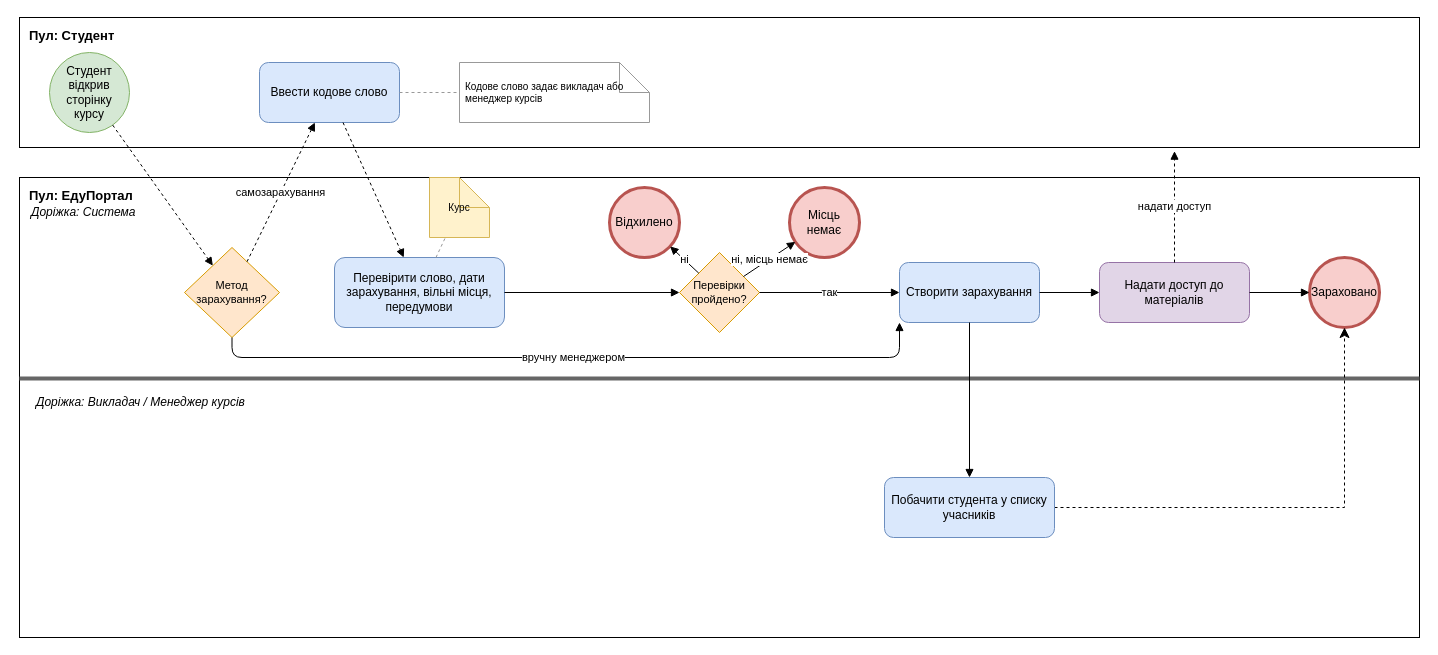
Earlier version of the draw.io diagram page "01_enrollment" (1 of 2) of docs/sprint1/bpmn/01_enrollment.drawio (GlitchBelyi/labsTZYPS). Source tidied: cells renumbered, new cells numbered last; positions are measured from the earlier drawing's top-left corner, leaving out a move shared by most shapes. Both pictures are drawn from the tidied source at 100%, with x=0, y=0 at pixel (19, 17).
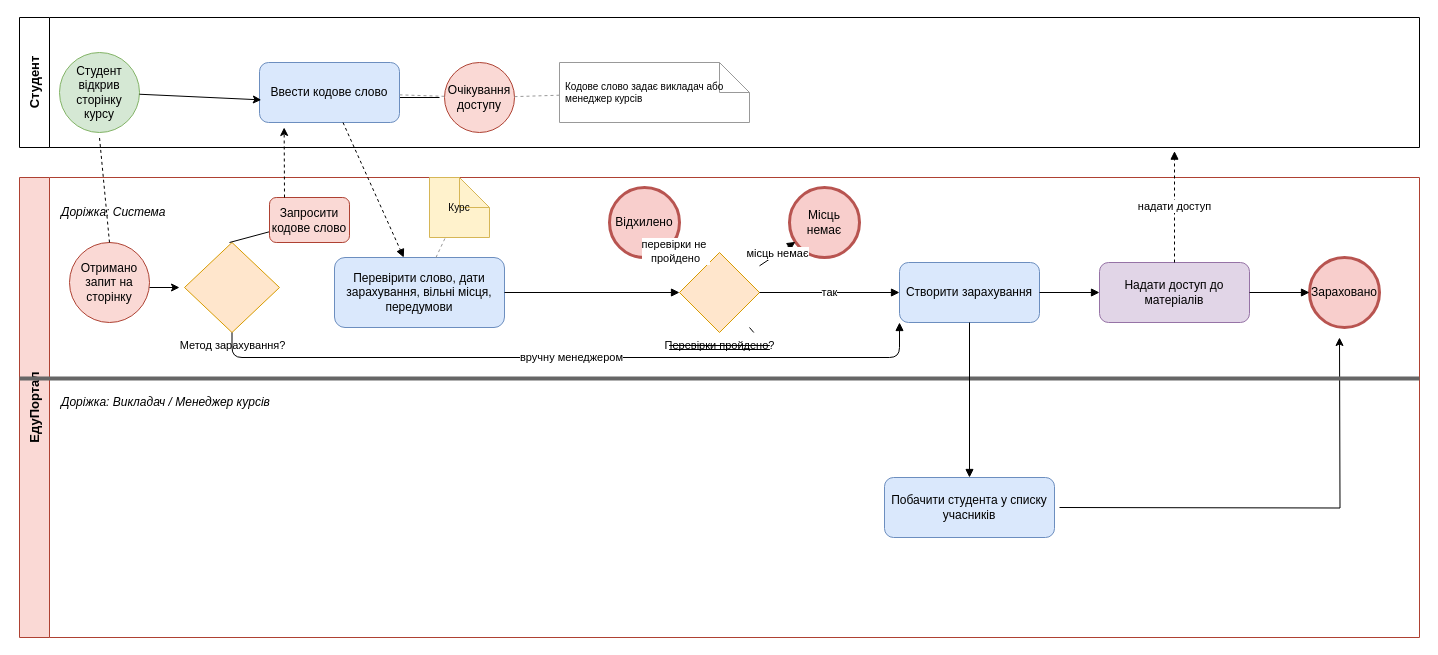
The same diagram, later.

Unchanged cells that the change refers to:
```xml
<mxCell id="8" value="Ввести кодове слово" style="rounded=1;whiteSpace=wrap;html=1;fillColor=#dae8fc;strokeColor=#6c8ebf;" parent="1" vertex="1">
  <mxGeometry x="240" y="45" width="140" height="60" as="geometry" />
</mxCell>
<mxCell id="14" value="Відхилено" style="ellipse;whiteSpace=wrap;html=1;fillColor=#f8cecc;strokeColor=#b85450;strokeWidth=3;" parent="1" vertex="1">
  <mxGeometry x="590" y="170" width="70" height="70" as="geometry" />
</mxCell>
<mxCell id="15" value="Місць немає" style="ellipse;whiteSpace=wrap;html=1;fillColor=#f8cecc;strokeColor=#b85450;strokeWidth=3;" parent="1" vertex="1">
  <mxGeometry x="770" y="170" width="70" height="70" as="geometry" />
</mxCell>
<mxCell id="18" value="Зараховано" style="ellipse;whiteSpace=wrap;html=1;fillColor=#f8cecc;strokeColor=#b85450;strokeWidth=3;" parent="1" vertex="1">
  <mxGeometry x="1290" y="240" width="70" height="70" as="geometry" />
</mxCell>
<mxCell id="20" value="Побачити студента у списку учасників" style="rounded=1;whiteSpace=wrap;html=1;fillColor=#dae8fc;strokeColor=#6c8ebf;" parent="1" vertex="1">
  <mxGeometry x="865" y="460" width="170" height="60" as="geometry" />
</mxCell>
```

Change to the diagram source:
```diff
@@
-    <mxCell id="2" value="Пул: Студент" style="rounded=0;whiteSpace=wrap;html=1;fillColor=none;strokeColor=#000000;verticalAlign=top;align=left;fontStyle=1;fontSize=13;spacingLeft=8;spacingTop=4;" parent="1" vertex="1">
+    <mxCell id="2" value="Студент" style="swimlane;html=1;horizontal=0;whiteSpace=wrap;startSize=30;fillColor=none;strokeColor=#000000;fontStyle=1;fontSize=13;" parent="1" vertex="1">
       <mxGeometry width="1400" height="130" as="geometry" />
     </mxCell>
+    <mxCell id="9" value="Кодове слово задає викладач або менеджер курсів" style="shape=note;whiteSpace=wrap;html=1;fillColor=#ffffff;strokeColor=#999999;fontSize=10;align=left;spacingLeft=4;" parent="2" vertex="1">
+      <mxGeometry x="540" y="45" width="190" height="60" as="geometry" />
+    </mxCell>
+    <mxCell id="36" value="Очікування доступу" style="ellipse;whiteSpace=wrap;html=1;shapeInside=1;fillColor=#fad9d5;strokeColor=#ae4132;" parent="2" vertex="1">
+      <mxGeometry x="425" y="45" width="70" height="70" as="geometry" />
+    </mxCell>
+    <mxCell id="35" style="endArrow=none;dashed=1;html=1;strokeColor=#999999;" parent="2" edge="1" source="36" target="9">
+      <mxGeometry relative="1" as="geometry" />
+    </mxCell>
+    <mxCell id="37" style="endArrow=none;html=1;rounded=0;" parent="2" edge="1">
+      <mxGeometry relative="1" as="geometry">
+        <mxPoint x="380" y="80" as="sourcePoint" />
+        <mxPoint x="420" y="80" as="targetPoint" />
+      </mxGeometry>
+    </mxCell>
+    <mxCell id="7" value="Студент відкрив сторінку курсу" style="ellipse;whiteSpace=wrap;html=1;fillColor=#d5e8d4;strokeColor=#82b366;" parent="2" vertex="1">
+      <mxGeometry x="40" y="35" width="80" height="80" as="geometry" />
+    </mxCell>
-    <mxCell id="3" value="Пул: ЕдуПортал" style="rounded=0;whiteSpace=wrap;html=1;fillColor=none;strokeColor=#000000;verticalAlign=top;align=left;fontStyle=1;fontSize=13;spacingLeft=8;spacingTop=4;" parent="1" vertex="1">
+    <mxCell id="3" value="ЕдуПортал" style="swimlane;html=1;horizontal=0;whiteSpace=wrap;startSize=30;fillColor=#fad9d5;strokeColor=#ae4132;fontStyle=1;fontSize=13;" parent="1" vertex="1">
       <mxGeometry y="160" width="1400" height="460" as="geometry" />
     </mxCell>
+    <mxCell id="10" value="Метод зарахування?" style="shape=mxgraph.bpmn.gateway2;html=1;outlineConnect=0;bpmnGatewayType=exclusive;fillColor=#ffe6cc;strokeColor=#d79b00;fontSize=11;verticalLabelPosition=bottom;verticalAlign=top;align=center;" parent="3" vertex="1">
+      <mxGeometry x="165" y="65" width="95" height="90" as="geometry" />
+    </mxCell>
+    <mxCell id="38" value="Отримано запит на сторінку" style="ellipse;whiteSpace=wrap;html=1;shapeInside=1;fillColor=#fad9d5;strokeColor=#ae4132;" parent="3" vertex="1">
+      <mxGeometry x="50" y="65" width="80" height="80" as="geometry" />
+    </mxCell>
+    <mxCell id="39" style="endArrow=none;dashed=1;html=1;rounded=0;" parent="3" edge="1">
+      <mxGeometry relative="1" as="geometry">
+        <mxPoint x="90" y="65" as="sourcePoint" />
+        <mxPoint x="80" y="-40" as="targetPoint" />
+      </mxGeometry>
+    </mxCell>
+    <mxCell id="40" style="endArrow=classic;html=1;rounded=0;" parent="3" edge="1">
+      <mxGeometry relative="1" as="geometry">
+        <mxPoint x="130" y="110" as="sourcePoint" />
+        <mxPoint x="160" y="110" as="targetPoint" />
+      </mxGeometry>
+    </mxCell>
+    <mxCell id="41" style="endArrow=classic;html=1;rounded=0;edgeStyle=orthogonalEdgeStyle;" parent="3" edge="1">
+      <mxGeometry relative="1" as="geometry">
+        <mxPoint x="1040" y="330" as="sourcePoint" />
+        <mxPoint x="1320" y="160" as="targetPoint" />
+      </mxGeometry>
+    </mxCell>
+    <mxCell id="42" style="endArrow=none;html=1;rounded=0;" parent="3" edge="1">
+      <mxGeometry relative="1" as="geometry">
+        <mxPoint x="210" y="65" as="sourcePoint" />
+        <mxPoint x="255" y="52.9" as="targetPoint" />
+      </mxGeometry>
+    </mxCell>
+    <mxCell id="43" value="Запросити кодове слово" style="rounded=1;whiteSpace=wrap;html=1;fillColor=#fad9d5;strokeColor=#ae4132;" parent="3" vertex="1">
+      <mxGeometry x="250" y="20" width="80" height="45" as="geometry" />
+    </mxCell>
@@
     <mxCell id="5" value="Доріжка: Система" style="text;html=1;align=left;verticalAlign=middle;fontStyle=2;fontSize=12;" parent="1" vertex="1">
-      <mxGeometry x="10" y="185" width="260" height="20" as="geometry" />
+      <mxGeometry x="40" y="185" width="260" height="20" as="geometry" />
     </mxCell>
     <mxCell id="6" value="Доріжка: Викладач / Менеджер курсів" style="text;html=1;align=left;verticalAlign=middle;fontStyle=2;fontSize=12;" parent="1" vertex="1">
-      <mxGeometry x="15" y="375" width="300" height="20" as="geometry" />
+      <mxGeometry x="40" y="375" width="300" height="20" as="geometry" />
     </mxCell>
-    <mxCell id="7" value="Студент відкрив сторінку курсу" style="ellipse;whiteSpace=wrap;html=1;fillColor=#d5e8d4;strokeColor=#82b366;" parent="1" vertex="1">
-      <mxGeometry x="30" y="35" width="80" height="80" as="geometry" />
-    </mxCell>
@@
-    <mxCell id="9" value="Кодове слово задає викладач або менеджер курсів" style="shape=note;whiteSpace=wrap;html=1;fillColor=#ffffff;strokeColor=#999999;fontSize=10;align=left;spacingLeft=4;" parent="1" vertex="1">
-      <mxGeometry x="440" y="45" width="190" height="60" as="geometry" />
-    </mxCell>
-    <mxCell id="10" value="Метод зарахування?" style="rhombus;whiteSpace=wrap;html=1;fillColor=#ffe6cc;strokeColor=#d79b00;fontSize=11;" parent="1" vertex="1">
-      <mxGeometry x="165" y="230" width="95" height="90" as="geometry" />
-    </mxCell>
@@
-    <mxCell id="13" value="Перевірки пройдено?" style="rhombus;whiteSpace=wrap;html=1;fillColor=#ffe6cc;strokeColor=#d79b00;fontSize=11;" parent="1" vertex="1">
+    <mxCell id="13" value="Перевірки пройдено?" style="shape=mxgraph.bpmn.gateway2;html=1;outlineConnect=0;bpmnGatewayType=exclusive;fillColor=#ffe6cc;strokeColor=#d79b00;fontSize=11;verticalLabelPosition=bottom;verticalAlign=top;align=center;" parent="1" vertex="1">
       <mxGeometry x="660" y="235" width="80" height="80" as="geometry" />
     </mxCell>
@@
-    <mxCell id="19" style="edgeStyle=orthogonalEdgeStyle;rounded=0;jettySize=auto;html=1;entryX=0.5;entryY=1;entryDx=0;entryDy=0;fontSize=12;startSize=8;endSize=8;dashed=1;exitX=1;exitY=0.5;exitDx=0;exitDy=0;" parent="1" edge="1" source="20" target="18">
-      <mxGeometry relative="1" as="geometry" />
-    </mxCell>
@@
-    <mxCell id="22" style="endArrow=block;dashed=1;html=1;strokeColor=#000000;" parent="1" edge="1" source="7" target="10">
-      <mxGeometry relative="1" as="geometry" />
-    </mxCell>
-    <mxCell id="23" value="самозарахування" style="endArrow=block;dashed=1;html=1;strokeColor=#000000;" parent="1" edge="1" source="10" target="8">
-      <mxGeometry relative="1" as="geometry" />
-    </mxCell>
@@
-    <mxCell id="28" value="ні" style="endArrow=block;html=1;strokeColor=#000000;" parent="1" edge="1" source="13" target="14">
+    <mxCell id="28" value="перевірки не&amp;nbsp;&lt;div&gt;пройдено&lt;/div&gt;" style="endArrow=block;html=1;strokeColor=#000000;" parent="1" edge="1" source="13" target="14">
       <mxGeometry relative="1" as="geometry" />
     </mxCell>
-    <mxCell id="29" value="ні, місць немає" style="endArrow=block;html=1;strokeColor=#000000;" parent="1" edge="1" source="13" target="15">
+    <mxCell id="29" value="місць немає" style="endArrow=block;html=1;strokeColor=#000000;" parent="1" edge="1" source="13" target="15">
       <mxGeometry relative="1" as="geometry" />
     </mxCell>
@@
-    <mxCell id="35" style="endArrow=none;dashed=1;html=1;strokeColor=#999999;" parent="1" edge="1" source="8" target="9">
-      <mxGeometry relative="1" as="geometry" />
-    </mxCell>
+    <mxCell id="44" style="shape=link;html=1;rounded=0;" parent="1" edge="1">
+      <mxGeometry relative="1" as="geometry">
+        <mxPoint x="650" y="330" as="sourcePoint" />
+        <mxPoint x="750" y="330" as="targetPoint" />
+      </mxGeometry>
+    </mxCell>
+    <mxCell id="45" style="shape=link;html=1;rounded=0;" parent="1" edge="1">
+      <mxGeometry relative="1" as="geometry">
+        <mxPoint x="650" y="330" as="sourcePoint" />
+        <mxPoint x="750" y="330" as="targetPoint" />
+      </mxGeometry>
+    </mxCell>
+    <mxCell id="46" style="shape=link;html=1;rounded=0;" parent="1" edge="1">
+      <mxGeometry relative="1" as="geometry">
+        <mxPoint x="650" y="330" as="sourcePoint" />
+        <mxPoint x="750" y="330" as="targetPoint" />
+      </mxGeometry>
+    </mxCell>
+    <mxCell id="47" style="endArrow=none;dashed=1;html=1;strokeColor=#999999;" parent="1" edge="1" source="8" target="36">
+      <mxGeometry relative="1" as="geometry" />
+    </mxCell>
+    <mxCell id="48" style="endArrow=none;html=1;rounded=0;" parent="1" edge="1" source="13">
+      <mxGeometry relative="1" as="geometry">
+        <mxPoint x="730" y="310" as="targetPoint" />
+      </mxGeometry>
+    </mxCell>
+    <mxCell id="49" style="endArrow=classic;html=1;rounded=0;entryX=0.013;entryY=0.623;entryDx=0;entryDy=0;entryPerimeter=0;" parent="1" edge="1" source="7" target="8">
+      <mxGeometry relative="1" as="geometry" />
+    </mxCell>
+    <mxCell id="50" style="endArrow=classic;dashed=1;html=1;rounded=0;entryX=0.176;entryY=1.083;entryDx=0;entryDy=0;entryPerimeter=0;endFill=1;" parent="1" edge="1" target="8">
+      <mxGeometry relative="1" as="geometry">
+        <mxPoint x="265" y="180" as="sourcePoint" />
+      </mxGeometry>
+    </mxCell>
```
